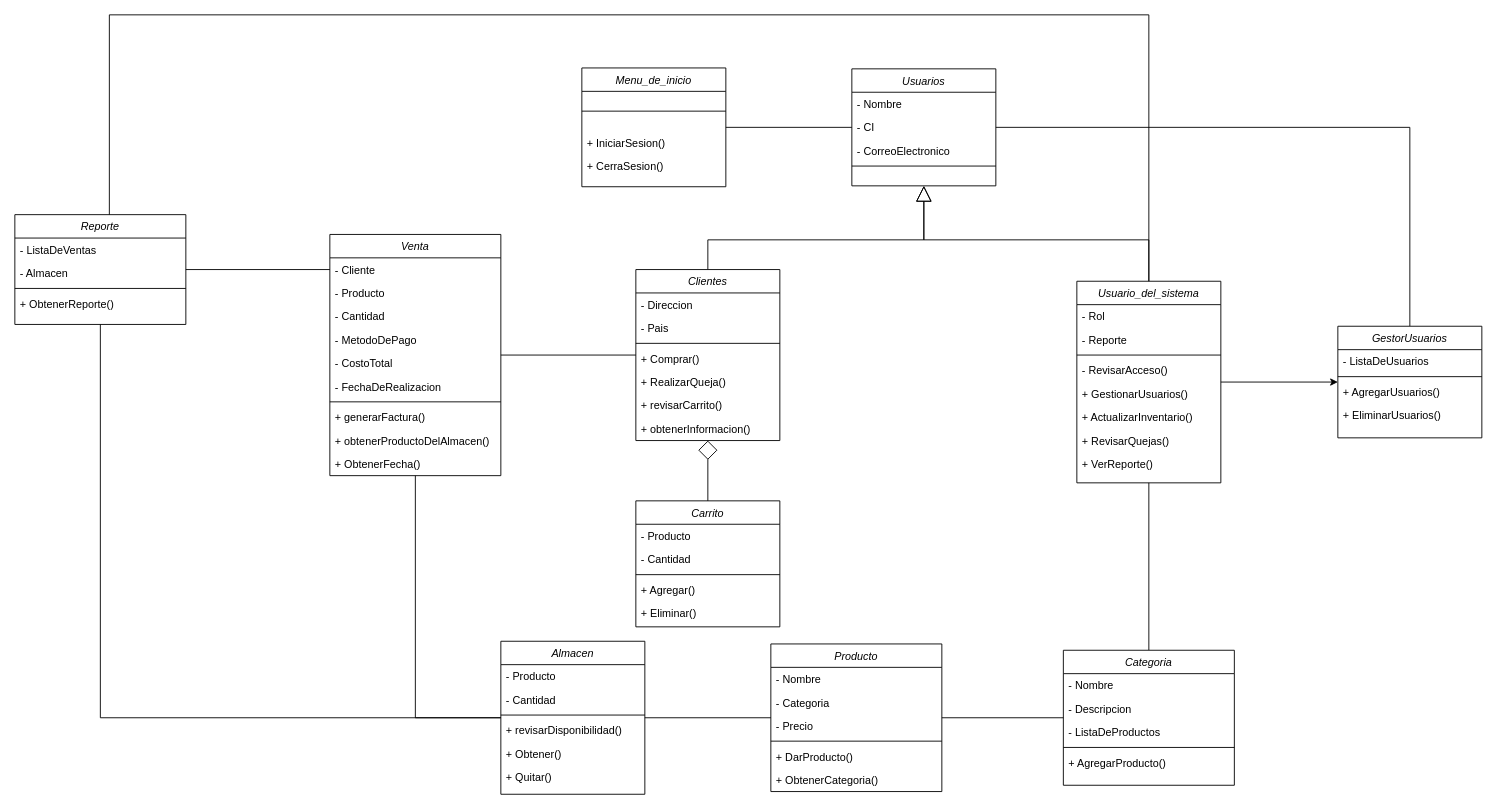
JorgeMartinezSanchez/Progra_II keeps this draw.io diagram as DDC Tienda.drawio. Above is the earlier version. Source tidied: cells renumbered, new cells numbered last; positions are measured from the earlier drawing's top-left corner, leaving out a move shared by most shapes. Both pictures are drawn from the tidied source at 90%, with x=0, y=0 at pixel (14, 14).
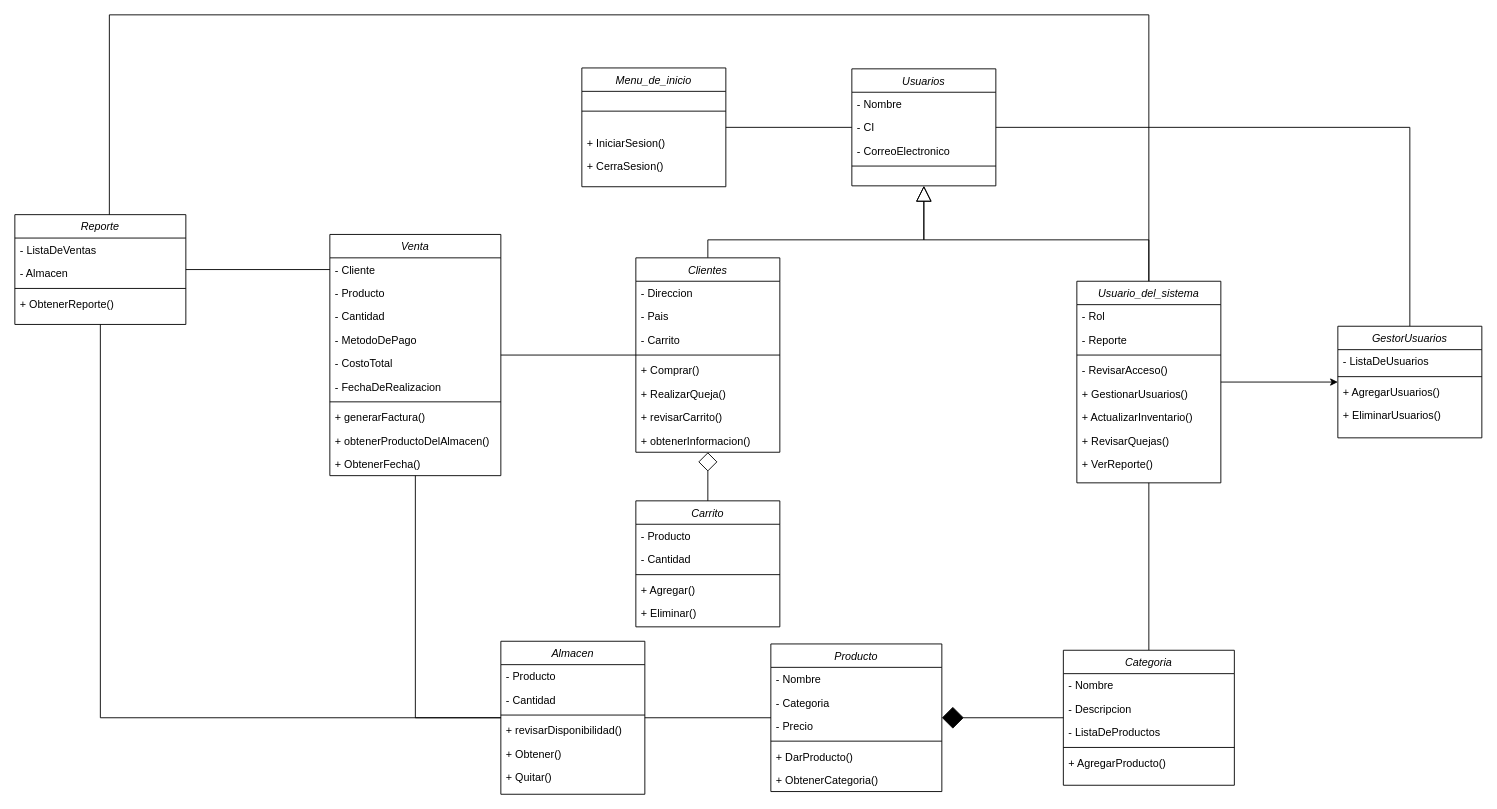
Above is the later version.

The change refers to these unchanged cells:
```xml
<mxCell id="58" value="Categoria" style="swimlane;fontStyle=2;align=center;verticalAlign=top;horizontal=1;startSize=26;rounded=0;shadow=0;strokeWidth=1;" parent="1" vertex="1">
  <mxGeometry x="1165" y="706" width="190" height="150" as="geometry" />
</mxCell>
<mxCell id="65" value="Producto" style="swimlane;fontStyle=2;align=center;verticalAlign=top;horizontal=1;startSize=26;rounded=0;shadow=0;strokeWidth=1;" parent="1" vertex="1">
  <mxGeometry x="840" y="699" width="190" height="164" as="geometry" />
</mxCell>
```

What changed in the source:
```diff
@@
     <mxCell id="11" value="Clientes" style="swimlane;fontStyle=2;align=center;verticalAlign=top;horizontal=1;startSize=26;rounded=0;shadow=0;strokeWidth=1;" parent="1" vertex="1">
-      <mxGeometry x="690" y="283" width="160" height="190" as="geometry" />
+      <mxGeometry x="690" y="270" width="160" height="216" as="geometry" />
     </mxCell>
@@
+    <mxCell id="89" value="- Carrito" style="text;align=left;verticalAlign=top;spacingLeft=4;spacingRight=4;overflow=hidden;rounded=0;shadow=0;html=0;" parent="11" vertex="1">
+      <mxGeometry y="78" width="160" height="26" as="geometry" />
+    </mxCell>
     <mxCell id="14" style="line;html=1;strokeWidth=1;align=left;verticalAlign=middle;spacingTop=-1;spacingLeft=3;spacingRight=3;labelPosition=right;" parent="11" vertex="1">
-      <mxGeometry y="78" width="160" height="8" as="geometry" />
+      <mxGeometry y="104" width="160" height="8" as="geometry" />
     </mxCell>
     <mxCell id="15" value="+ Comprar()" style="text;align=left;verticalAlign=top;spacingLeft=4;spacingRight=4;overflow=hidden;rounded=0;shadow=0;html=0;" parent="11" vertex="1">
-      <mxGeometry y="86" width="160" height="26" as="geometry" />
+      <mxGeometry y="112" width="160" height="26" as="geometry" />
     </mxCell>
     <mxCell id="16" value="+ RealizarQueja()" style="text;align=left;verticalAlign=top;spacingLeft=4;spacingRight=4;overflow=hidden;rounded=0;shadow=0;html=0;" parent="11" vertex="1">
-      <mxGeometry y="112" width="160" height="26" as="geometry" />
+      <mxGeometry y="138" width="160" height="26" as="geometry" />
     </mxCell>
     <mxCell id="17" value="+ revisarCarrito()" style="text;align=left;verticalAlign=top;spacingLeft=4;spacingRight=4;overflow=hidden;rounded=0;shadow=0;html=0;" parent="11" vertex="1">
-      <mxGeometry y="138" width="160" height="26" as="geometry" />
+      <mxGeometry y="164" width="160" height="26" as="geometry" />
     </mxCell>
     <mxCell id="18" value="+ obtenerInformacion()" style="text;align=left;verticalAlign=top;spacingLeft=4;spacingRight=4;overflow=hidden;rounded=0;shadow=0;html=0;" parent="11" vertex="1">
-      <mxGeometry y="164" width="160" height="26" as="geometry" />
+      <mxGeometry y="190" width="160" height="26" as="geometry" />
     </mxCell>
@@
-    <mxCell id="72" style="edgeStyle=orthogonalEdgeStyle;rounded=0;jettySize=auto;html=1;endArrow=none;startFill=0;" parent="1" edge="1" source="58" target="65">
+    <mxCell id="72" style="edgeStyle=orthogonalEdgeStyle;rounded=0;jettySize=auto;html=1;endArrow=diamond;startFill=0;endFill=1;endSize=22;" parent="1" edge="1" source="58" target="65">
       <mxGeometry relative="1" as="geometry" />
     </mxCell>
```
